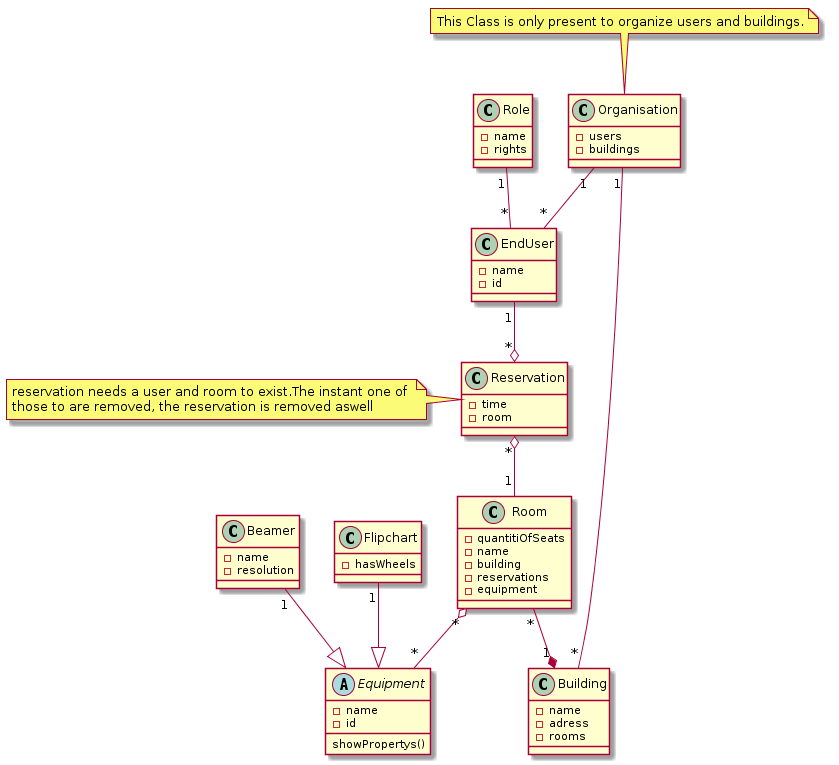
This is doc/uml/ClassDiagram.png from BFH-SoED-due1/white, a PlantUML export, as it was before one commit.
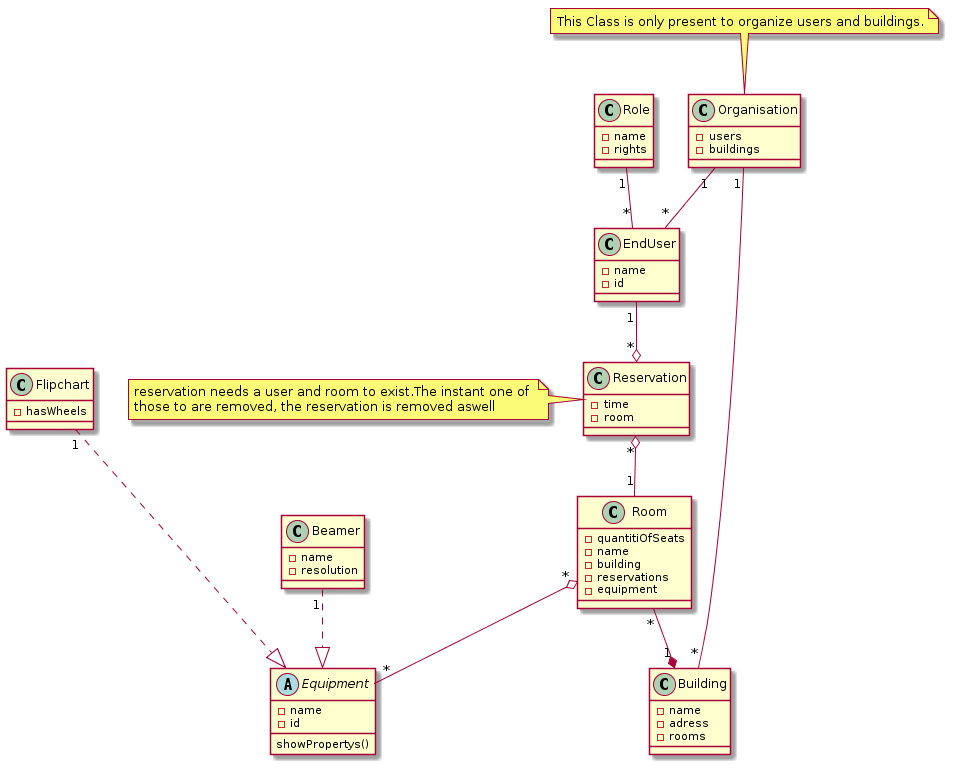
Above is the later version.

Commit message:
Updated Class Diagram ( Eqipment is now a INterfac instead of an Abstract Class

Diff of the diagram source:
```diff
@@ -55,8 +55,8 @@
 Reservation "*" o-- "1" Room
 Room "*" --* "1" Building
 Room "*" o-- "*" Equipment
-Beamer "1" --|> Equipment
-Flipchart "1" --|> Equipment
+Beamer "1" ..|> Equipment
+Flipchart "1"  ...|> Equipment
 Organisation  "1" -- "*" EndUser
 Organisation  "1" -- "*" Building
 
```
